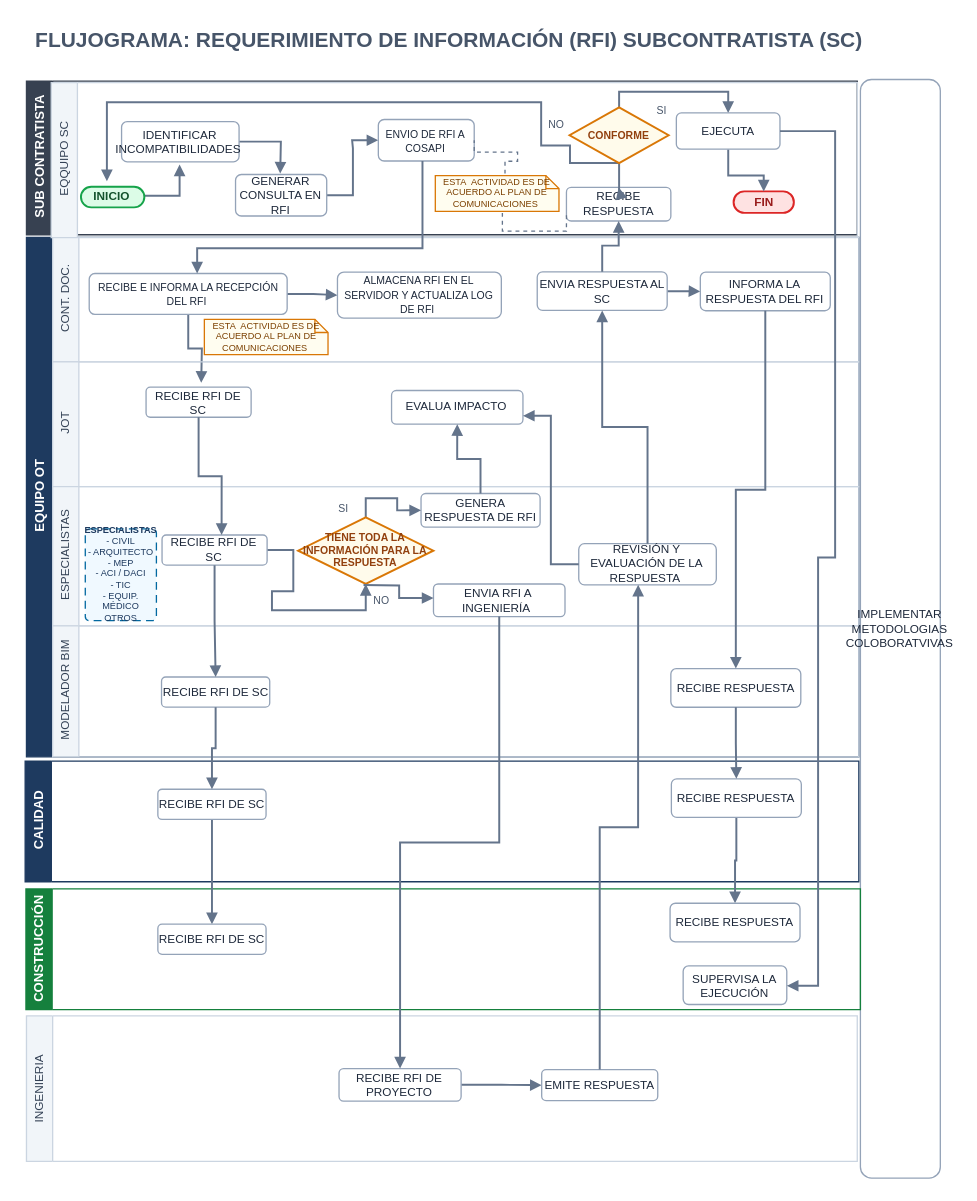
ehchavezm-hub/15-otazangaro keeps this draw.io diagram as flujogramas_v2/Flujo_RFI_SC_2026_revA.drawio. Above is the earlier version. Source tidied: cells renumbered, new cells numbered last; positions are measured from the earlier drawing's top-left corner, leaving out a move shared by most shapes. Both pictures are drawn from the tidied source at 131%, with x=0, y=0 at pixel (21, 22).
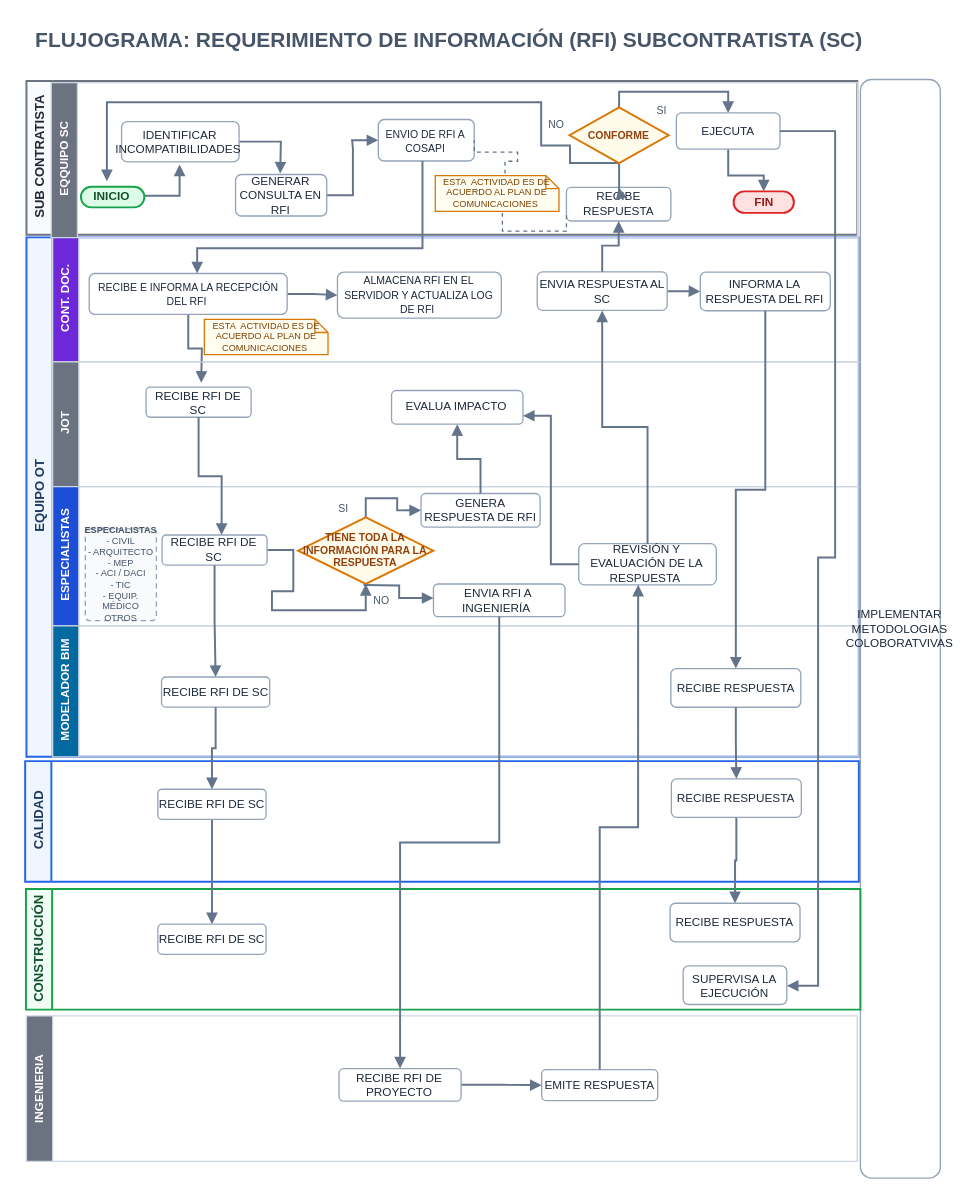
After the change.

Diff of the diagram source:
```diff
@@
-    <mxCell id="2" value="SUB CONTRATISTA" style="swimlane;startFill=1;horizontal=0;startSize=20;html=1;fillColor=#374151;strokeColor=#374151;fontColor=#FFFFFF;fontFamily=Helvetica;fontSize=10;fontStyle=1;swimlaneLine=1;" parent="1" vertex="1">
+    <mxCell id="2" value="SUB CONTRATISTA" style="swimlane;startFill=0;horizontal=0;startSize=20;html=1;swimlaneLine=1;fillColor=#F9FAFB;strokeColor=#6B7280;strokeWidth=1.5;fontColor=#1F2937;fontFamily=Helvetica;fontSize=10;fontStyle=1;" parent="1" vertex="1">
       <mxGeometry x="3.7" y="44.4" width="634.2" height="117.3" as="geometry" />
     </mxCell>
-    <mxCell id="3" value="EQUIPO OT" style="swimlane;startFill=1;horizontal=0;startSize=20;html=1;fillColor=#1E3A5F;strokeColor=#1E3A5F;fontColor=#FFFFFF;fontFamily=Helvetica;fontSize=10;fontStyle=1;swimlaneLine=1;" parent="1" vertex="1">
+    <mxCell id="3" value="EQUIPO OT" style="swimlane;startFill=0;horizontal=0;startSize=20;html=1;swimlaneLine=1;fillColor=#F0F6FF;strokeColor=#2563EB;strokeWidth=1.5;fontColor=#1E3A5F;fontFamily=Helvetica;fontSize=10;fontStyle=1;" parent="1" vertex="1">
       <mxGeometry x="3.7" y="163.7" width="635.4" height="396.5" as="geometry" />
     </mxCell>
-    <mxCell id="4" value="CONT. DOC." style="swimlane;startFill=1;swimlaneLine=1;startSize=20;horizontal=0;html=1;fillColor=#F1F5F9;strokeColor=#CBD5E1;fontColor=#334155;fontFamily=Helvetica;fontSize=9;fontStyle=0;" parent="3" vertex="1">
+    <mxCell id="4" value="CONT. DOC." style="swimlane;startFill=1;swimlaneLine=1;startSize=20;horizontal=0;html=1;fillColor=#6D28D9;strokeColor=#CBD5E1;fontColor=#FFFFFF;fontFamily=Helvetica;fontSize=9;fontStyle=1;" parent="3" vertex="1">
       <mxGeometry x="20" width="615.4" height="95.1" as="geometry" />
     </mxCell>
@@
-    <mxCell id="13" value="JOT" style="swimlane;startFill=1;swimlaneLine=1;startSize=20;horizontal=0;html=1;fillColor=#F1F5F9;strokeColor=#CBD5E1;fontColor=#334155;fontFamily=Helvetica;fontSize=9;fontStyle=0;" parent="3" vertex="1">
+    <mxCell id="13" value="JOT" style="swimlane;startFill=1;swimlaneLine=1;startSize=20;horizontal=0;html=1;fillColor=#6B7280;strokeColor=#CBD5E1;fontColor=#FFFFFF;fontFamily=Helvetica;fontSize=9;fontStyle=1;" parent="3" vertex="1">
       <mxGeometry x="20" y="95.1" width="615.4" height="95.1" as="geometry" />
     </mxCell>
@@
-    <mxCell id="15" value="ESPECIALISTAS" style="swimlane;startFill=1;swimlaneLine=1;startSize=20;horizontal=0;html=1;fillColor=#F1F5F9;strokeColor=#CBD5E1;fontColor=#334155;fontFamily=Helvetica;fontSize=9;fontStyle=0;" parent="3" vertex="1">
+    <mxCell id="15" value="ESPECIALISTAS" style="swimlane;startFill=1;swimlaneLine=1;startSize=20;horizontal=0;html=1;fillColor=#1D4ED8;strokeColor=#CBD5E1;fontColor=#FFFFFF;fontFamily=Helvetica;fontSize=9;fontStyle=1;" parent="3" vertex="1">
       <mxGeometry x="20" y="190.2" width="615.4" height="106.3" as="geometry" />
     </mxCell>
-    <mxCell id="16" value="&lt;div&gt;&lt;b&gt;ESPECIALISTAS&lt;/b&gt;&lt;/div&gt;&lt;span&gt;- CIVIL&lt;/span&gt;&lt;div&gt;- ARQUITECTO&lt;/div&gt;&lt;div&gt;- MEP&lt;/div&gt;&lt;div&gt;- ACI / DACI&lt;/div&gt;&lt;div&gt;- TIC&lt;/div&gt;&lt;div&gt;- EQUIP. MÉDICO&lt;/div&gt;&lt;div&gt;OTROS&lt;/div&gt;" style="rounded=1;arcSize=6;whiteSpace=wrap;html=1;dashed=1;dashPattern=6 4;fontFamily=Helvetica;fontSize=7;fontStyle=0;fillColor=#F0F9FF;strokeColor=#0369A1;fontColor=#1E3A5F;strokeWidth=1;" parent="15" vertex="1">
+    <mxCell id="16" value="&lt;div&gt;&lt;b&gt;ESPECIALISTAS&lt;/b&gt;&lt;/div&gt;&lt;span&gt;- CIVIL&lt;/span&gt;&lt;div&gt;- ARQUITECTO&lt;/div&gt;&lt;div&gt;- MEP&lt;/div&gt;&lt;div&gt;- ACI / DACI&lt;/div&gt;&lt;div&gt;- TIC&lt;/div&gt;&lt;div&gt;- EQUIP. MÉDICO&lt;/div&gt;&lt;div&gt;OTROS&lt;/div&gt;" style="rounded=1;arcSize=6;whiteSpace=wrap;html=1;dashed=1;dashPattern=4 3;fontFamily=Helvetica;fontSize=7;fontStyle=0;fillColor=#F8FAFC;strokeColor=#94A3B8;fontColor=#475569;strokeWidth=1;" parent="15" vertex="1">
       <mxGeometry x="24.9" y="32.3" width="54.3" height="70.1" as="geometry" />
     </mxCell>
@@
-    <mxCell id="27" value="MODELADOR BIM" style="swimlane;startFill=1;swimlaneLine=1;startSize=20;horizontal=0;html=1;fillColor=#F1F5F9;strokeColor=#CBD5E1;fontColor=#334155;fontFamily=Helvetica;fontSize=9;fontStyle=0;" parent="3" vertex="1">
+    <mxCell id="27" value="MODELADOR BIM" style="swimlane;startFill=1;swimlaneLine=1;startSize=20;horizontal=0;html=1;fillColor=#0369A1;strokeColor=#CBD5E1;fontColor=#FFFFFF;fontFamily=Helvetica;fontSize=9;fontStyle=1;" parent="3" vertex="1">
       <mxGeometry x="20" y="296.5" width="615.4" height="100" as="geometry" />
     </mxCell>
@@
-    <mxCell id="37" value="CALIDAD" style="swimlane;startFill=1;horizontal=0;startSize=20;html=1;fillColor=#1E3A5F;strokeColor=#1E3A5F;fontColor=#FFFFFF;fontFamily=Helvetica;fontSize=10;fontStyle=1;swimlaneLine=1;" parent="1" vertex="1">
+    <mxCell id="37" value="CALIDAD" style="swimlane;startFill=0;horizontal=0;startSize=20;html=1;swimlaneLine=1;fillColor=#F0F6FF;strokeColor=#2563EB;strokeWidth=1.5;fontColor=#1E3A5F;fontFamily=Helvetica;fontSize=10;fontStyle=1;" parent="1" vertex="1">
       <mxGeometry x="2.7" y="563.5" width="636.4" height="92.1" as="geometry" />
     </mxCell>
-    <mxCell id="38" value="INGENIERIA&amp;nbsp;" style="swimlane;startFill=1;swimlaneLine=1;startSize=20;horizontal=0;html=1;fillColor=#F1F5F9;strokeColor=#CBD5E1;fontColor=#334155;fontFamily=Helvetica;fontSize=9;fontStyle=0;" parent="1" vertex="1">
+    <mxCell id="38" value="INGENIERIA&amp;nbsp;" style="swimlane;startFill=1;swimlaneLine=1;startSize=20;horizontal=0;html=1;fillColor=#6B7280;strokeColor=#CBD5E1;fontColor=#FFFFFF;fontFamily=Helvetica;fontSize=9;fontStyle=1;" parent="1" vertex="1">
       <mxGeometry x="3.7" y="758" width="634.2" height="111" as="geometry" />
     </mxCell>
@@
-    <mxCell id="42" value="CONSTRUCCIÓN" style="swimlane;startFill=1;horizontal=0;startSize=20;html=1;fillColor=#15803D;strokeColor=#15803D;fontColor=#FFFFFF;fontFamily=Helvetica;fontSize=10;fontStyle=1;swimlaneLine=1;" parent="1" vertex="1">
+    <mxCell id="42" value="CONSTRUCCIÓN" style="swimlane;startFill=0;horizontal=0;startSize=20;html=1;swimlaneLine=1;fillColor=#F0FDF4;strokeColor=#16A34A;strokeWidth=1.5;fontColor=#14532D;fontFamily=Helvetica;fontSize=10;fontStyle=1;" parent="1" vertex="1">
       <mxGeometry x="3.3" y="661.1" width="637" height="92.1" as="geometry" />
     </mxCell>
-    <mxCell id="43" value="EQQUIPO SC" style="swimlane;startFill=1;swimlaneLine=1;startSize=20;horizontal=0;html=1;fillColor=#F1F5F9;strokeColor=#CBD5E1;fontColor=#334155;fontFamily=Helvetica;fontSize=9;fontStyle=0;" parent="1" vertex="1">
+    <mxCell id="43" value="EQQUIPO SC" style="swimlane;startFill=1;swimlaneLine=1;startSize=20;horizontal=0;html=1;fillColor=#6B7280;strokeColor=#CBD5E1;fontColor=#FFFFFF;fontFamily=Helvetica;fontSize=9;fontStyle=1;" parent="1" vertex="1">
       <mxGeometry x="22.6" y="45.6" width="615.4" height="118.3" as="geometry" />
     </mxCell>
```
